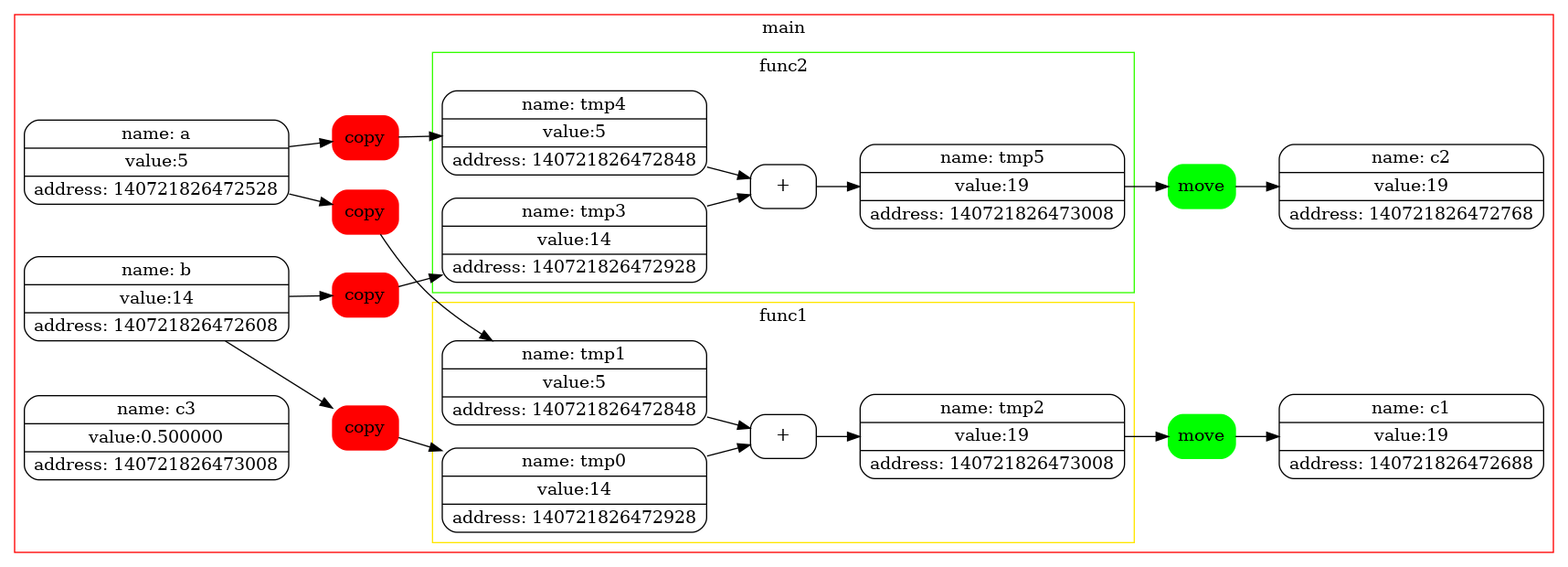
This is graph.png from levasemin/Move_Semantic, a Graphviz export, as it was before one commit. Its source is kept beside it as graph.dot.
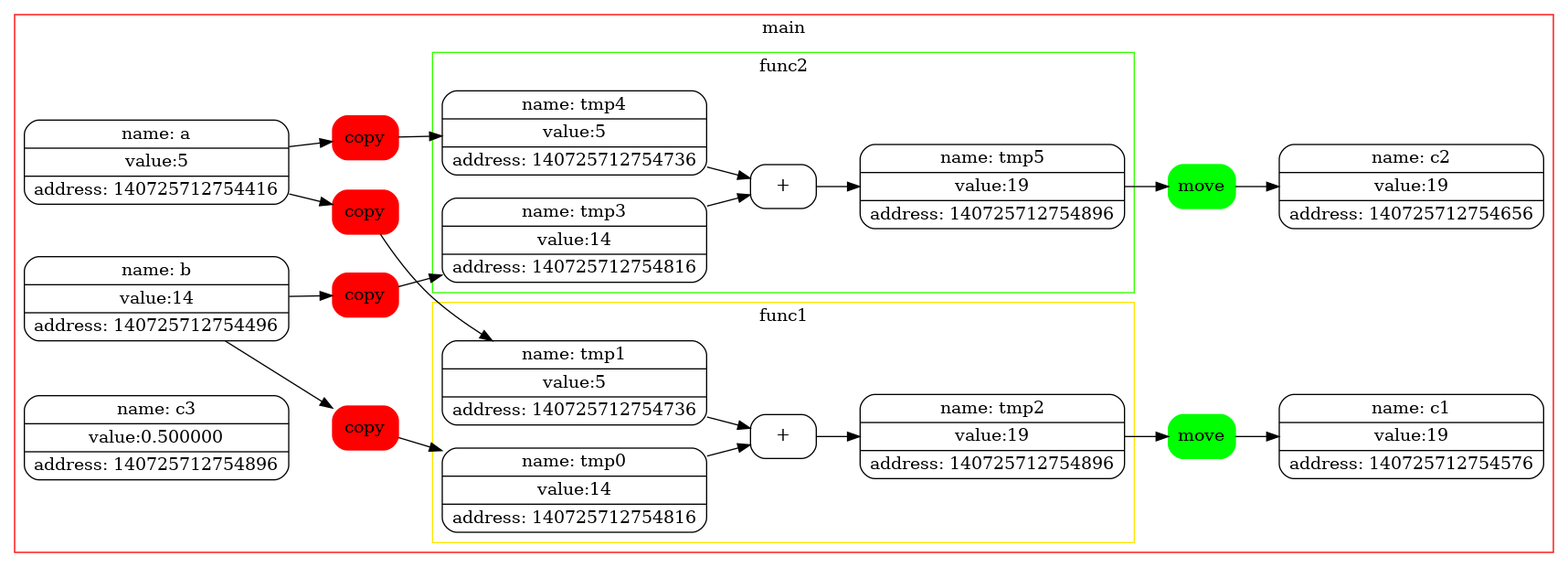
The same diagram one commit later.

What changed in the source:
```diff
@@ -5,15 +5,15 @@
 subgraph "cluster_0" {
 label = main;
 color = "0.0,1,1";
-1[label=" name: a | value:5 | address: 140721826472528 " ];
-2[label=" name: b | value:14 | address: 140721826472608 " ];
+1[label=" name: a | value:5 | address: 140725712754416 " ];
+2[label=" name: b | value:14 | address: 140725712754496 " ];
 3[label="copy" color = "red" style = "filled"];
 2->3;
-4[label=" name: tmp0 | value:14 | address: 140721826472928 " ];
+4[label=" name: tmp0 | value:14 | address: 140725712754816 " ];
 3->4;
 5[label="copy" color = "red" style = "filled"];
 1->5;
-6[label=" name: tmp1 | value:5 | address: 140721826472848 " ];
+6[label=" name: tmp1 | value:5 | address: 140725712754736 " ];
 5->6;
 subgraph "cluster_1" {
 label = func1;
@@ -21,20 +21,20 @@
 7[label="+" color = "black" style = ""];
 6->7;
 4->7;
-8[label=" name: tmp2 | value:19 | address: 140721826473008 " ];
+8[label=" name: tmp2 | value:19 | address: 140725712754896 " ];
 7->8;
 }
 9[label="move" color = "green" style = "filled"];
 8->9;
-10[label=" name: c1 | value:19 | address: 140721826472688 " ];
+10[label=" name: c1 | value:19 | address: 140725712754576 " ];
 9->10;
 11[label="copy" color = "red" style = "filled"];
 2->11;
-12[label=" name: tmp3 | value:14 | address: 140721826472928 " ];
+12[label=" name: tmp3 | value:14 | address: 140725712754816 " ];
 11->12;
 13[label="copy" color = "red" style = "filled"];
 1->13;
-14[label=" name: tmp4 | value:5 | address: 140721826472848 " ];
+14[label=" name: tmp4 | value:5 | address: 140725712754736 " ];
 13->14;
 subgraph "cluster_2" {
 label = func2;
@@ -42,13 +42,13 @@
 15[label="+" color = "black" style = ""];
 14->15;
 12->15;
-16[label=" name: tmp5 | value:19 | address: 140721826473008 " ];
+16[label=" name: tmp5 | value:19 | address: 140725712754896 " ];
 15->16;
 }
 17[label="move" color = "green" style = "filled"];
 16->17;
-18[label=" name: c2 | value:19 | address: 140721826472768 " ];
+18[label=" name: c2 | value:19 | address: 140725712754656 " ];
 17->18;
-19[label=" name: c3 | value:0.500000 | address: 140721826473008 " ];
+19[label=" name: c3 | value:0.500000 | address: 140725712754896 " ];
 }
 }
```
